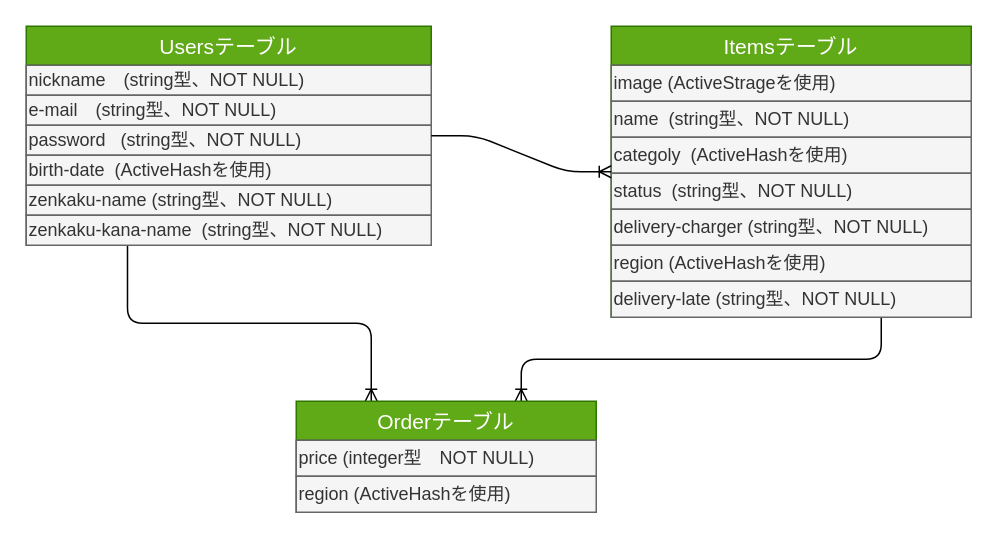
Earlier version of the draw.io diagram er.dio (matsuurara/furima-35948). Source tidied: cells renumbered, new cells numbered last; positions are measured from the earlier drawing's top-left corner, leaving out a move shared by most shapes. Both pictures are drawn from the tidied source at 150%, with x=0, y=0 at pixel (26, 26).
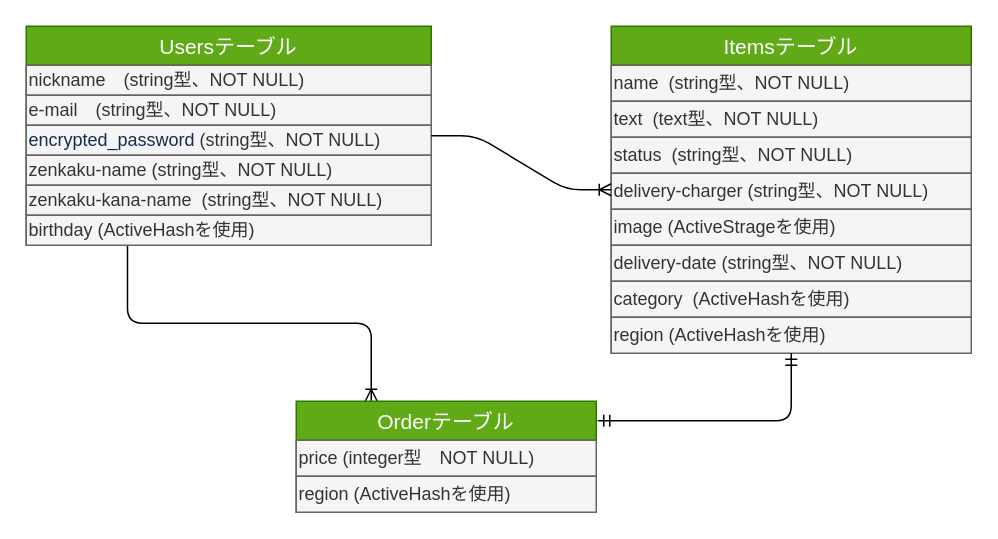
After the change.

Commit message (it also covers changes not shown here):
READMEにデータベース設計を記述

Unchanged cells that the change refers to:
```xml
<mxCell id="3" value="Usersテーブル" style="swimlane;fontStyle=0;horizontal=1;startSize=26;align=center;fontSize=14;fillColor=#60a917;strokeColor=#2D7600;fontColor=#ffffff;" parent="1" vertex="1">
  <mxGeometry width="270" height="146" as="geometry" />
</mxCell>
<mxCell id="19" value="Orderテーブル" style="swimlane;fontStyle=0;horizontal=1;startSize=26;align=center;fontSize=14;fillColor=#60a917;strokeColor=#2D7600;fontColor=#ffffff;" parent="1" vertex="1">
  <mxGeometry x="180" y="250" width="200" height="74" as="geometry" />
</mxCell>
```

The edit, as a diff of the source:
```diff
@@
-    <mxCell id="6" value="password&amp;nbsp; &amp;nbsp;(string型、NOT NULL)" style="text;html=1;strokeColor=#666666;fillColor=#f5f5f5;align=left;verticalAlign=middle;whiteSpace=wrap;rounded=0;fontSize=12;labelPosition=center;verticalLabelPosition=middle;fontColor=#333333;" parent="3" vertex="1">
+    <mxCell id="6" value="&lt;span style=&quot;color: rgb(23 , 43 , 77) ; background-color: rgb(244 , 245 , 247)&quot;&gt;&lt;font style=&quot;font-size: 12px&quot;&gt;encrypted_password&lt;/font&gt;&lt;/span&gt;&amp;nbsp;(string型、NOT NULL)" style="text;html=1;strokeColor=#666666;fillColor=#f5f5f5;align=left;verticalAlign=middle;whiteSpace=wrap;rounded=0;fontSize=12;labelPosition=center;verticalLabelPosition=middle;fontColor=#333333;" parent="3" vertex="1">
       <mxGeometry y="66" width="270" height="20" as="geometry" />
     </mxCell>
-    <mxCell id="7" value="birth-date&amp;nbsp; (ActiveHashを使用)" style="text;html=1;strokeColor=#666666;fillColor=#f5f5f5;align=left;verticalAlign=middle;whiteSpace=wrap;rounded=0;fontSize=12;labelPosition=center;verticalLabelPosition=middle;fontColor=#333333;" parent="3" vertex="1">
-      <mxGeometry y="86" width="270" height="20" as="geometry" />
-    </mxCell>
     <mxCell id="8" value="zenkaku-name (string型、NOT NULL)" style="text;html=1;strokeColor=#666666;fillColor=#f5f5f5;align=left;verticalAlign=middle;whiteSpace=wrap;rounded=0;fontSize=12;labelPosition=center;verticalLabelPosition=middle;fontColor=#333333;" parent="3" vertex="1">
-      <mxGeometry y="106" width="270" height="20" as="geometry" />
+      <mxGeometry y="86" width="270" height="20" as="geometry" />
     </mxCell>
     <mxCell id="9" value="zenkaku-kana-name&amp;nbsp; (string型、NOT NULL)" style="text;html=1;strokeColor=#666666;fillColor=#f5f5f5;align=left;verticalAlign=middle;whiteSpace=wrap;rounded=0;fontSize=12;labelPosition=center;verticalLabelPosition=middle;fontColor=#333333;" parent="3" vertex="1">
-      <mxGeometry y="126" width="270" height="20" as="geometry" />
+      <mxGeometry y="106" width="270" height="20" as="geometry" />
     </mxCell>
-    <mxCell id="10" style="edgeStyle=orthogonalEdgeStyle;jettySize=auto;html=1;exitX=0.75;exitY=1;exitDx=0;exitDy=0;entryX=0.75;entryY=0;entryDx=0;entryDy=0;endArrow=ERoneToMany;fontSize=12;" parent="1" edge="1" source="11" target="19">
-      <mxGeometry relative="1" as="geometry" />
-    </mxCell>
+    <mxCell id="7" value="birthday (ActiveHashを使用)" style="text;html=1;strokeColor=#666666;fillColor=#f5f5f5;align=left;verticalAlign=middle;whiteSpace=wrap;rounded=0;fontSize=12;labelPosition=center;verticalLabelPosition=middle;fontColor=#333333;" parent="3" vertex="1">
+      <mxGeometry y="126" width="270" height="20" as="geometry" />
+    </mxCell>
     <mxCell id="11" value="Itemsテーブル" style="swimlane;fontStyle=0;horizontal=1;startSize=26;align=center;fontSize=14;fillColor=#60a917;strokeColor=#2D7600;fontColor=#ffffff;" parent="1" vertex="1">
-      <mxGeometry x="390" width="240" height="194" as="geometry" />
+      <mxGeometry x="390" width="240" height="218" as="geometry" />
     </mxCell>
-    <mxCell id="12" value="image (ActiveStrageを使用)" style="text;html=1;strokeColor=#666666;fillColor=#f5f5f5;align=left;verticalAlign=middle;whiteSpace=wrap;rounded=0;fontSize=12;labelPosition=center;verticalLabelPosition=middle;fontColor=#333333;" parent="11" vertex="1">
-      <mxGeometry y="26" width="240" height="24" as="geometry" />
-    </mxCell>
     <mxCell id="13" value="name&amp;nbsp; (string型、NOT NULL)" style="text;html=1;strokeColor=#666666;fillColor=#f5f5f5;align=left;verticalAlign=middle;whiteSpace=wrap;rounded=0;fontSize=12;labelPosition=center;verticalLabelPosition=middle;fontColor=#333333;" parent="11" vertex="1">
-      <mxGeometry y="50" width="240" height="24" as="geometry" />
+      <mxGeometry y="26" width="240" height="24" as="geometry" />
     </mxCell>
-    <mxCell id="14" value="categoly&amp;nbsp; (ActiveHashを使用)" style="text;html=1;strokeColor=#666666;fillColor=#f5f5f5;align=left;verticalAlign=middle;whiteSpace=wrap;rounded=0;fontSize=12;labelPosition=center;verticalLabelPosition=middle;fontColor=#333333;" parent="11" vertex="1">
-      <mxGeometry y="74" width="240" height="24" as="geometry" />
-    </mxCell>
+    <mxCell id="23" value="text&amp;nbsp; (text型、NOT NULL)" style="text;html=1;strokeColor=#666666;fillColor=#f5f5f5;align=left;verticalAlign=middle;whiteSpace=wrap;rounded=0;fontSize=12;labelPosition=center;verticalLabelPosition=middle;fontColor=#333333;" parent="11" vertex="1">
+      <mxGeometry y="50" width="240" height="24" as="geometry" />
+    </mxCell>
     <mxCell id="15" value="status&amp;nbsp; (string型、NOT NULL)" style="text;html=1;strokeColor=#666666;fillColor=#f5f5f5;align=left;verticalAlign=middle;whiteSpace=wrap;rounded=0;fontSize=12;labelPosition=center;verticalLabelPosition=middle;fontColor=#333333;" parent="11" vertex="1">
-      <mxGeometry y="98" width="240" height="24" as="geometry" />
+      <mxGeometry y="74" width="240" height="24" as="geometry" />
     </mxCell>
     <mxCell id="16" value="delivery-charger (string型、NOT NULL)" style="text;html=1;strokeColor=#666666;fillColor=#f5f5f5;align=left;verticalAlign=middle;whiteSpace=wrap;rounded=0;fontSize=12;labelPosition=center;verticalLabelPosition=middle;fontColor=#333333;" parent="11" vertex="1">
-      <mxGeometry y="122" width="240" height="24" as="geometry" />
+      <mxGeometry y="98" width="240" height="24" as="geometry" />
     </mxCell>
+    <mxCell id="12" value="image (ActiveStrageを使用)" style="text;html=1;strokeColor=#666666;fillColor=#f5f5f5;align=left;verticalAlign=middle;whiteSpace=wrap;rounded=0;fontSize=12;labelPosition=center;verticalLabelPosition=middle;fontColor=#333333;" parent="11" vertex="1">
+      <mxGeometry y="122" width="240" height="24" as="geometry" />
+    </mxCell>
+    <mxCell id="18" value="delivery-date (string型、NOT NULL)" style="text;html=1;strokeColor=#666666;fillColor=#f5f5f5;align=left;verticalAlign=middle;whiteSpace=wrap;rounded=0;fontSize=12;labelPosition=center;verticalLabelPosition=middle;fontColor=#333333;" parent="11" vertex="1">
+      <mxGeometry y="146" width="240" height="24" as="geometry" />
+    </mxCell>
+    <mxCell id="14" value="category&amp;nbsp; (ActiveHashを使用)" style="text;html=1;strokeColor=#666666;fillColor=#f5f5f5;align=left;verticalAlign=middle;whiteSpace=wrap;rounded=0;fontSize=12;labelPosition=center;verticalLabelPosition=middle;fontColor=#333333;" parent="11" vertex="1">
+      <mxGeometry y="170" width="240" height="24" as="geometry" />
+    </mxCell>
     <mxCell id="17" value="region (ActiveHashを使用)" style="text;html=1;strokeColor=#666666;fillColor=#f5f5f5;align=left;verticalAlign=middle;whiteSpace=wrap;rounded=0;fontSize=12;labelPosition=center;verticalLabelPosition=middle;fontColor=#333333;" parent="11" vertex="1">
-      <mxGeometry y="146" width="240" height="24" as="geometry" />
+      <mxGeometry y="194" width="240" height="24" as="geometry" />
     </mxCell>
-    <mxCell id="18" value="delivery-late (string型、NOT NULL)" style="text;html=1;strokeColor=#666666;fillColor=#f5f5f5;align=left;verticalAlign=middle;whiteSpace=wrap;rounded=0;fontSize=12;labelPosition=center;verticalLabelPosition=middle;fontColor=#333333;" parent="11" vertex="1">
-      <mxGeometry y="170" width="240" height="24" as="geometry" />
-    </mxCell>
@@
+    <mxCell id="24" style="edgeStyle=orthogonalEdgeStyle;fontSize=12;html=1;endArrow=ERmandOne;startArrow=ERmandOne;exitX=1.005;exitY=0.176;exitDx=0;exitDy=0;exitPerimeter=0;entryX=0.5;entryY=1;entryDx=0;entryDy=0;" parent="1" edge="1" source="19" target="17">
+      <mxGeometry relative="1" as="geometry" />
+    </mxCell>
```
